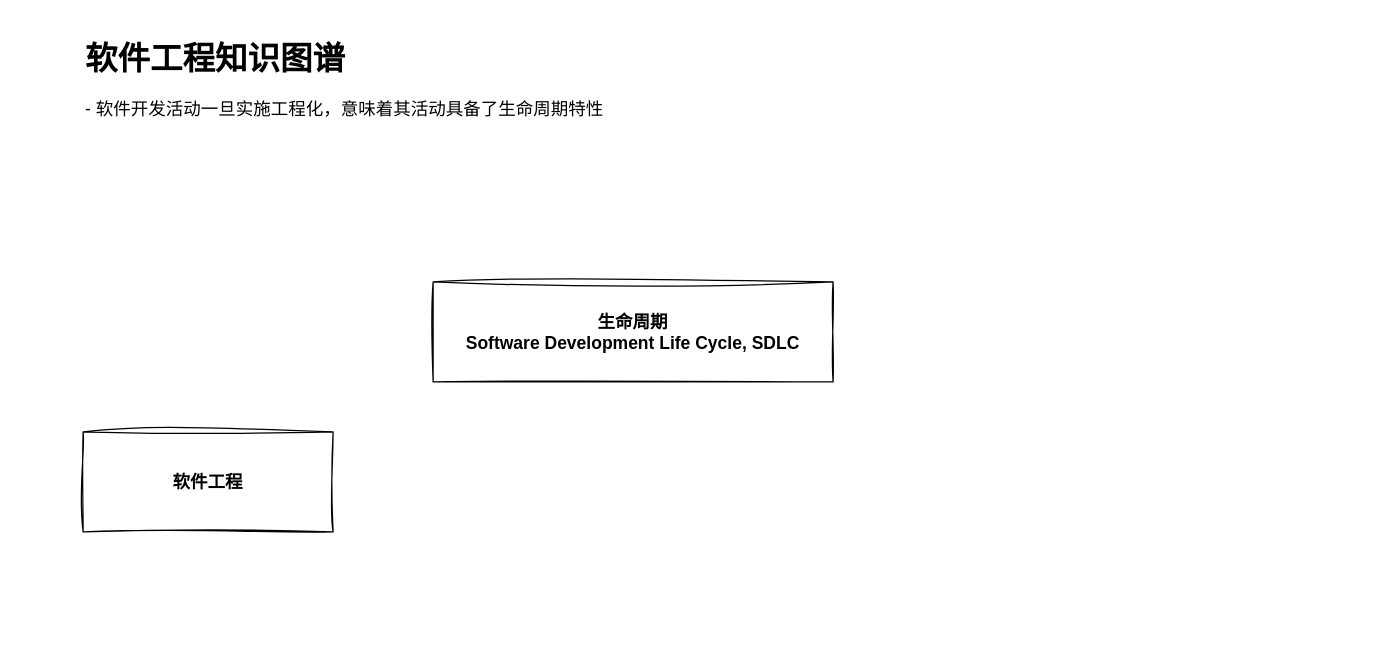
Before: page "202504301637" (3 of 4) of archive/202503141905.drawio in deathknight0718/foliage-note, a draw.io diagram. Source tidied: cells renumbered, new cells numbered last; positions are measured from the earlier drawing's top-left corner, leaving out a move shared by most shapes. Both pictures are drawn from the tidied source at 125%, with x=0, y=0 at pixel (82, 31).
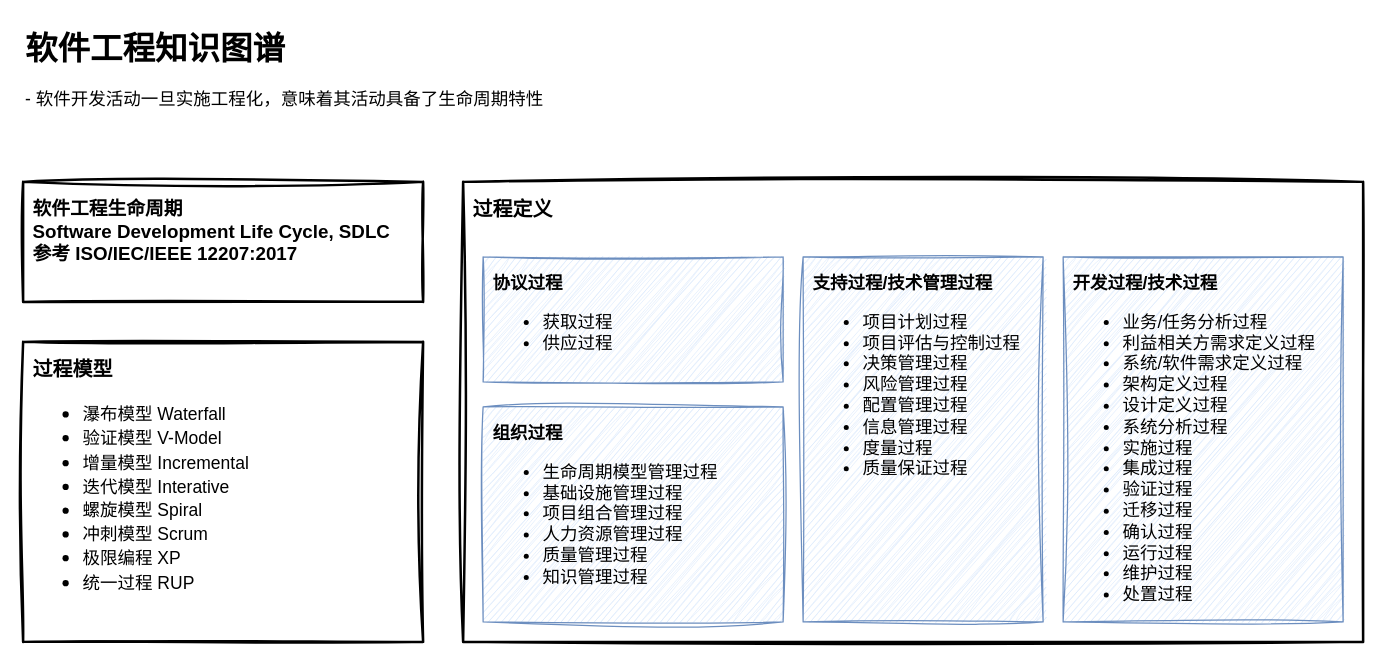
Above is the later version.

The edit, as a diff of the source:
```diff
@@
 <mxGraphModel>
   <root>
     <mxCell id="0" />
     <mxCell id="1" parent="0" />
-    <mxCell id="2" value="软件工程" style="rounded=0;whiteSpace=wrap;html=1;sketch=1;hachureGap=4;jiggle=2;curveFitting=1;fontFamily=Yozai;fontStyle=1;fontSize=14;" parent="1" vertex="1">
-      <mxGeometry y="320" width="200" height="80" as="geometry" />
-    </mxCell>
     <mxCell id="3" value="&lt;h1 style=&quot;margin-top: 0px;&quot;&gt;&lt;font style=&quot;font-size: 26px;&quot;&gt;软件工程知识图谱&lt;/font&gt;&lt;/h1&gt;&lt;p&gt;&lt;font style=&quot;font-size: 14px;&quot;&gt;- 软件开发活动一旦实施工程化，意味着其活动具备了生命周期特性&lt;/font&gt;&lt;/p&gt;" style="text;html=1;whiteSpace=wrap;overflow=hidden;rounded=0;fontFamily=Yozai;" parent="1" vertex="1">
-      <mxGeometry width="600" height="120" as="geometry" />
+      <mxGeometry x="-48" y="-8" width="576" height="96" as="geometry" />
     </mxCell>
-    <mxCell id="4" value="生命周期&lt;div&gt;Software Development Life Cycle, SDLC&lt;br&gt;&lt;/div&gt;" style="rounded=0;whiteSpace=wrap;html=1;sketch=1;hachureGap=4;jiggle=2;curveFitting=1;fontFamily=Yozai;fontStyle=1;fontSize=14;" parent="1" vertex="1">
-      <mxGeometry x="280" y="200" width="320" height="80" as="geometry" />
+    <mxCell id="4" value="软件工程生命周期&lt;div&gt;Software Development Life Cycle, SDLC&lt;br&gt;&lt;/div&gt;&lt;div&gt;参考 ISO/IEC/IEEE 12207:2017&lt;/div&gt;" style="rounded=0;whiteSpace=wrap;html=1;sketch=1;hachureGap=4;jiggle=2;curveFitting=1;fontFamily=Yozai;fontStyle=1;fontSize=15;spacing=8;strokeWidth=2;verticalAlign=top;align=left;" parent="1" vertex="1">
+      <mxGeometry x="-48" y="120" width="320" height="96" as="geometry" />
     </mxCell>
+    <mxCell id="5" value="过程模型&lt;div&gt;&lt;ul&gt;&lt;li&gt;&lt;span style=&quot;font-weight: normal;&quot;&gt;&lt;font style=&quot;font-size: 14px;&quot;&gt;瀑布模型 Waterfall&lt;/font&gt;&lt;/span&gt;&lt;/li&gt;&lt;li&gt;&lt;span style=&quot;font-weight: normal;&quot;&gt;&lt;font style=&quot;font-size: 14px;&quot;&gt;验证模型 V-Model&lt;/font&gt;&lt;/span&gt;&lt;/li&gt;&lt;li&gt;&lt;span style=&quot;font-weight: normal;&quot;&gt;&lt;font style=&quot;font-size: 14px;&quot;&gt;增量模型 Incremental&lt;/font&gt;&lt;/span&gt;&lt;/li&gt;&lt;li&gt;&lt;span style=&quot;font-weight: normal;&quot;&gt;&lt;font style=&quot;font-size: 14px;&quot;&gt;迭代模型 Interative&lt;/font&gt;&lt;/span&gt;&lt;/li&gt;&lt;li&gt;&lt;span style=&quot;font-weight: normal;&quot;&gt;&lt;font style=&quot;font-size: 14px;&quot;&gt;螺旋模型 Spiral&lt;/font&gt;&lt;/span&gt;&lt;/li&gt;&lt;li&gt;&lt;span style=&quot;font-weight: normal;&quot;&gt;&lt;font style=&quot;font-size: 14px;&quot;&gt;冲刺模型 Scrum&lt;/font&gt;&lt;/span&gt;&lt;/li&gt;&lt;li&gt;&lt;span style=&quot;font-weight: normal;&quot;&gt;&lt;font style=&quot;font-size: 14px;&quot;&gt;极限编程 XP&lt;/font&gt;&lt;/span&gt;&lt;/li&gt;&lt;li&gt;&lt;span style=&quot;font-weight: normal;&quot;&gt;&lt;font style=&quot;font-size: 14px;&quot;&gt;统一过程 RUP&lt;/font&gt;&lt;/span&gt;&lt;/li&gt;&lt;/ul&gt;&lt;/div&gt;" style="rounded=0;whiteSpace=wrap;html=1;sketch=1;hachureGap=4;jiggle=2;curveFitting=1;fontFamily=Yozai;fontStyle=1;fontSize=16;spacing=8;align=left;verticalAlign=top;strokeWidth=2;" parent="1" vertex="1">
+      <mxGeometry x="-48" y="248" width="320" height="240" as="geometry" />
+    </mxCell>
+    <mxCell id="6" style="group;" parent="1" vertex="1">
+      <mxGeometry x="304" y="120" width="720" height="368" as="geometry" />
+    </mxCell>
+    <mxCell id="7" value="&lt;font style=&quot;font-size: 16px;&quot;&gt;过程定义&lt;/font&gt;" style="rounded=0;whiteSpace=wrap;html=1;sketch=1;hachureGap=4;jiggle=2;curveFitting=1;fontFamily=Yozai;fontStyle=1;fontSize=14;spacing=8;align=left;spacingLeft=0;verticalAlign=top;strokeWidth=2;" parent="6" vertex="1">
+      <mxGeometry width="720" height="368" as="geometry" />
+    </mxCell>
+    <mxCell id="8" value="协议过程&lt;div&gt;&lt;ul&gt;&lt;li&gt;&lt;span style=&quot;background-color: initial; font-weight: normal;&quot;&gt;获取过程&lt;/span&gt;&lt;/li&gt;&lt;li&gt;&lt;span style=&quot;font-weight: normal;&quot;&gt;供应过程&lt;/span&gt;&lt;/li&gt;&lt;/ul&gt;&lt;/div&gt;" style="rounded=0;whiteSpace=wrap;html=1;sketch=1;hachureGap=4;jiggle=2;curveFitting=1;fontFamily=Yozai;fontStyle=1;fontSize=14;spacing=8;align=left;spacingLeft=0;verticalAlign=top;fillColor=#dae8fc;strokeColor=#6c8ebf;" parent="6" vertex="1">
+      <mxGeometry x="16" y="60" width="240" height="100" as="geometry" />
+    </mxCell>
+    <mxCell id="9" value="组织过程&lt;div&gt;&lt;ul&gt;&lt;li&gt;&lt;span style=&quot;font-weight: normal;&quot;&gt;生命周期模型管理过程&lt;/span&gt;&lt;/li&gt;&lt;li&gt;&lt;span style=&quot;font-weight: normal;&quot;&gt;基础设施管理过程&lt;/span&gt;&lt;/li&gt;&lt;li&gt;&lt;span style=&quot;font-weight: normal;&quot;&gt;项目组合管理过程&lt;/span&gt;&lt;/li&gt;&lt;li&gt;&lt;span style=&quot;font-weight: normal;&quot;&gt;人力资源管理过程&lt;/span&gt;&lt;/li&gt;&lt;li&gt;&lt;span style=&quot;font-weight: normal;&quot;&gt;质量管理过程&lt;/span&gt;&lt;/li&gt;&lt;li&gt;&lt;span style=&quot;font-weight: normal;&quot;&gt;知识管理过程&lt;/span&gt;&lt;/li&gt;&lt;/ul&gt;&lt;/div&gt;" style="rounded=0;whiteSpace=wrap;html=1;sketch=1;hachureGap=4;jiggle=2;curveFitting=1;fontFamily=Yozai;fontStyle=1;fontSize=14;spacing=8;align=left;verticalAlign=top;fillColor=#dae8fc;strokeColor=#6c8ebf;" parent="6" vertex="1">
+      <mxGeometry x="16" y="180" width="240" height="172" as="geometry" />
+    </mxCell>
+    <mxCell id="10" value="开发过程/技术过程&lt;div&gt;&lt;ul&gt;&lt;li&gt;&lt;span style=&quot;font-weight: normal;&quot;&gt;业务/任务分析过程&lt;/span&gt;&lt;/li&gt;&lt;li&gt;&lt;span style=&quot;font-weight: normal;&quot;&gt;利益相关方需求定义过程&lt;/span&gt;&lt;/li&gt;&lt;li&gt;&lt;span style=&quot;font-weight: normal;&quot;&gt;系统/软件需求定义过程&lt;/span&gt;&lt;/li&gt;&lt;li&gt;&lt;span style=&quot;font-weight: normal;&quot;&gt;架构定义过程&lt;/span&gt;&lt;/li&gt;&lt;li&gt;&lt;span style=&quot;font-weight: normal;&quot;&gt;设计定义过程&lt;/span&gt;&lt;/li&gt;&lt;li&gt;&lt;span style=&quot;font-weight: normal;&quot;&gt;系统分析过程&lt;/span&gt;&lt;/li&gt;&lt;li&gt;&lt;span style=&quot;font-weight: normal;&quot;&gt;实施过程&lt;/span&gt;&lt;/li&gt;&lt;li&gt;&lt;span style=&quot;font-weight: normal;&quot;&gt;集成过程&lt;/span&gt;&lt;/li&gt;&lt;li&gt;&lt;span style=&quot;font-weight: normal;&quot;&gt;验证过程&lt;/span&gt;&lt;/li&gt;&lt;li&gt;&lt;span style=&quot;font-weight: normal;&quot;&gt;迁移过程&lt;/span&gt;&lt;/li&gt;&lt;li&gt;&lt;span style=&quot;font-weight: normal;&quot;&gt;确认过程&lt;/span&gt;&lt;/li&gt;&lt;li&gt;&lt;span style=&quot;font-weight: normal;&quot;&gt;运行过程&lt;/span&gt;&lt;/li&gt;&lt;li&gt;&lt;span style=&quot;font-weight: normal;&quot;&gt;维护过程&lt;/span&gt;&lt;/li&gt;&lt;li&gt;&lt;span style=&quot;font-weight: normal;&quot;&gt;处置过程&lt;/span&gt;&lt;/li&gt;&lt;/ul&gt;&lt;/div&gt;" style="rounded=0;whiteSpace=wrap;html=1;sketch=1;hachureGap=4;jiggle=2;curveFitting=1;fontFamily=Yozai;fontStyle=1;fontSize=14;spacing=8;verticalAlign=top;align=left;fillColor=#dae8fc;strokeColor=#6c8ebf;" parent="6" vertex="1">
+      <mxGeometry x="480" y="60" width="224" height="292" as="geometry" />
+    </mxCell>
+    <mxCell id="11" value="支持过程/技术管理过程&lt;div&gt;&lt;ul&gt;&lt;li&gt;&lt;span style=&quot;font-weight: normal;&quot;&gt;项目计划过程&lt;/span&gt;&lt;/li&gt;&lt;li&gt;&lt;span style=&quot;font-weight: normal;&quot;&gt;项目评估与控制过程&lt;/span&gt;&lt;/li&gt;&lt;li&gt;&lt;span style=&quot;font-weight: normal;&quot;&gt;决策管理过程&lt;/span&gt;&lt;/li&gt;&lt;li&gt;&lt;span style=&quot;font-weight: normal;&quot;&gt;风险管理过程&lt;/span&gt;&lt;/li&gt;&lt;li&gt;&lt;span style=&quot;font-weight: normal;&quot;&gt;配置管理过程&lt;/span&gt;&lt;/li&gt;&lt;li&gt;&lt;span style=&quot;font-weight: normal;&quot;&gt;信息管理过程&lt;/span&gt;&lt;/li&gt;&lt;li&gt;&lt;span style=&quot;font-weight: normal;&quot;&gt;度量过程&lt;/span&gt;&lt;/li&gt;&lt;li&gt;&lt;span style=&quot;font-weight: normal;&quot;&gt;质量保证过程&lt;/span&gt;&lt;/li&gt;&lt;/ul&gt;&lt;/div&gt;" style="rounded=0;whiteSpace=wrap;html=1;sketch=1;hachureGap=4;jiggle=2;curveFitting=1;fontFamily=Yozai;fontStyle=1;fontSize=14;spacing=8;align=left;verticalAlign=top;fillColor=#dae8fc;strokeColor=#6c8ebf;" parent="6" vertex="1">
+      <mxGeometry x="272" y="60" width="192" height="292" as="geometry" />
+    </mxCell>
   </root>
 </mxGraphModel>
```
